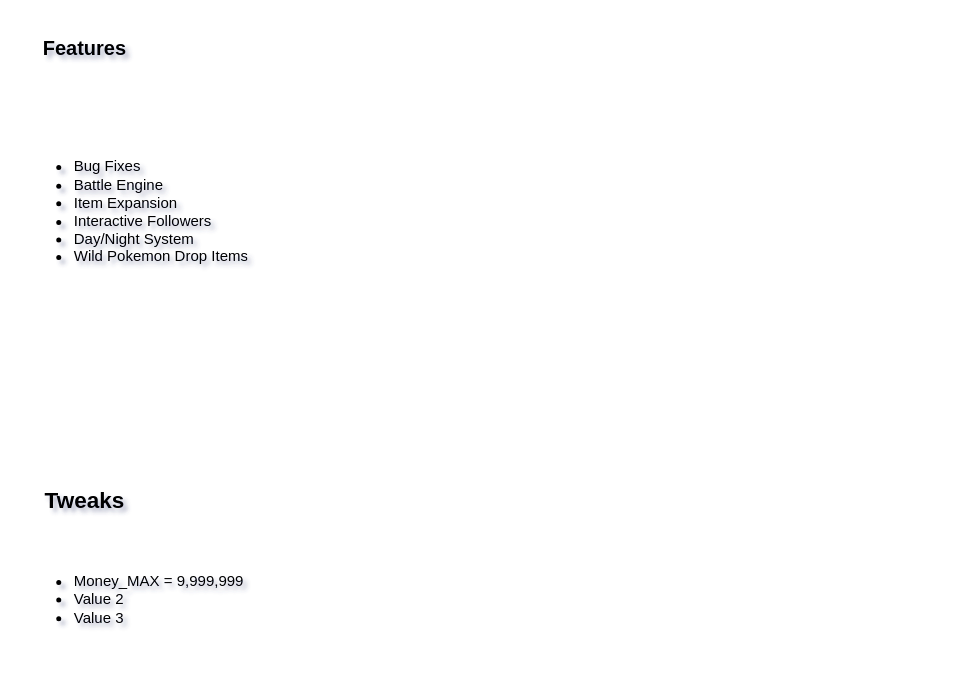
Hexoca/pokehex keeps this draw.io diagram as flowcharts/Dev Log.drawio. Above is the earlier version. Source tidied: cells renumbered, new cells numbered last; positions are measured from the earlier drawing's top-left corner, leaving out a move shared by most shapes. Both pictures are drawn from the tidied source at 125%, with x=0, y=0 at pixel (21, 35).
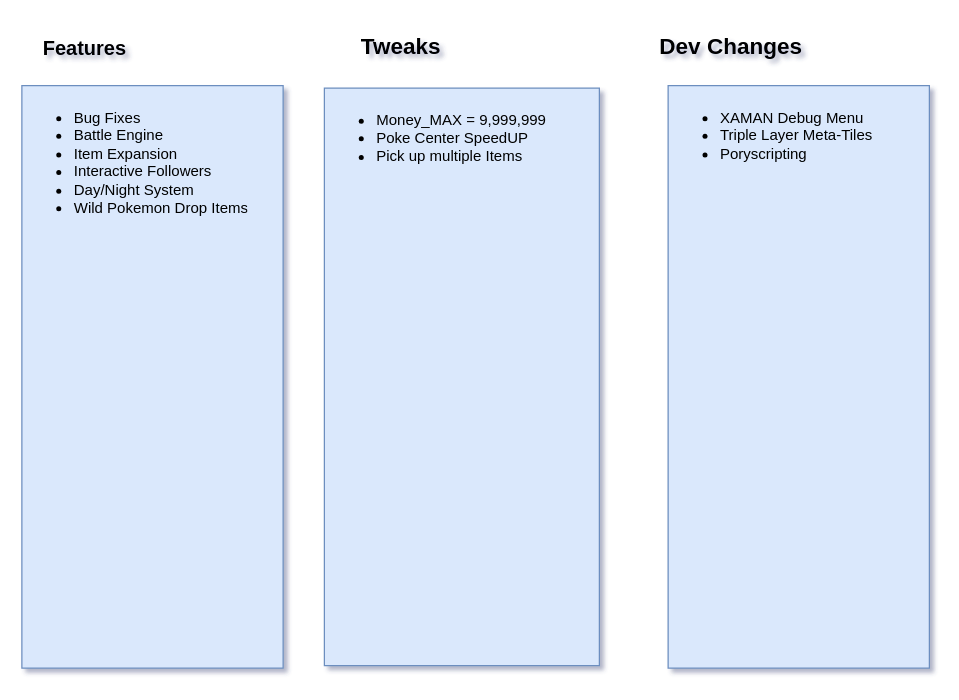
After the change.

Diff of the diagram source:
```diff
@@
 <mxGraphModel shadow="1">
   <root>
     <mxCell id="0" />
     <mxCell id="1" parent="0" />
-    <mxCell id="2" value="&lt;ul&gt;&lt;li&gt;Bug Fixes&lt;br&gt;&lt;/li&gt;&lt;li&gt;Battle Engine&lt;/li&gt;&lt;li&gt;Item Expansion&lt;/li&gt;&lt;li&gt;Interactive Followers&lt;/li&gt;&lt;li&gt;Day/Night System&lt;/li&gt;&lt;li&gt;Wild Pokemon Drop Items&lt;br&gt;&lt;/li&gt;&lt;/ul&gt;" style="text;strokeColor=none;fillColor=none;html=1;whiteSpace=wrap;verticalAlign=middle;overflow=hidden;" parent="1" vertex="1">
-      <mxGeometry y="40" width="209" height="202" as="geometry" />
+    <mxCell id="2" value="&lt;ul&gt;&lt;li&gt;Bug Fixes&lt;br&gt;&lt;/li&gt;&lt;li&gt;Battle Engine&lt;/li&gt;&lt;li&gt;Item Expansion&lt;/li&gt;&lt;li&gt;Interactive Followers&lt;/li&gt;&lt;li&gt;Day/Night System&lt;/li&gt;&lt;li&gt;Wild Pokemon Drop Items&lt;br&gt;&lt;/li&gt;&lt;/ul&gt;" style="text;strokeColor=#6c8ebf;fillColor=#dae8fc;html=1;whiteSpace=wrap;verticalAlign=top;overflow=hidden;" parent="1" vertex="1">
+      <mxGeometry y="40" width="209" height="466" as="geometry" />
     </mxCell>
     <mxCell id="3" value="&lt;div style=&quot;font-size: 16px;&quot;&gt;Features&lt;/div&gt;&lt;div style=&quot;font-size: 16px;&quot;&gt;&lt;br style=&quot;font-size: 16px;&quot;&gt;&lt;/div&gt;" style="text;strokeColor=none;fillColor=none;html=1;fontSize=16;fontStyle=1;verticalAlign=middle;align=center;" parent="1" vertex="1">
       <mxGeometry width="100" height="40" as="geometry" />
     </mxCell>
     <mxCell id="4" value="&lt;div style=&quot;font-size: 18px;&quot;&gt;Tweaks&lt;/div&gt;" style="text;strokeColor=none;fillColor=none;html=1;fontSize=24;fontStyle=1;verticalAlign=middle;align=center;" parent="1" vertex="1">
-      <mxGeometry y="352" width="100" height="40" as="geometry" />
+      <mxGeometry x="253" y="-11" width="100" height="40" as="geometry" />
     </mxCell>
-    <mxCell id="5" value="&lt;ul style=&quot;font-size: 12px;&quot;&gt;&lt;li style=&quot;font-size: 12px;&quot;&gt;Money_MAX = 9,999,999&lt;br&gt;&lt;/li&gt;&lt;li style=&quot;font-size: 12px;&quot;&gt;Value 2&lt;/li&gt;&lt;li style=&quot;font-size: 12px;&quot;&gt;Value 3&lt;/li&gt;&lt;/ul&gt;" style="text;strokeColor=none;fillColor=none;html=1;whiteSpace=wrap;verticalAlign=middle;overflow=hidden;fontSize=12;" parent="1" vertex="1">
-      <mxGeometry y="407" width="220" height="88" as="geometry" />
+    <mxCell id="5" value="&lt;ul style=&quot;font-size: 12px;&quot;&gt;&lt;li style=&quot;font-size: 12px;&quot;&gt;Money_MAX = 9,999,999&lt;br&gt;&lt;/li&gt;&lt;li style=&quot;font-size: 12px;&quot;&gt;Poke Center SpeedUP&lt;br&gt;&lt;/li&gt;&lt;li style=&quot;font-size: 12px;&quot;&gt;Pick up multiple Items&lt;br&gt;&lt;/li&gt;&lt;/ul&gt;" style="text;strokeColor=#6c8ebf;fillColor=#dae8fc;html=1;whiteSpace=wrap;verticalAlign=top;overflow=hidden;fontSize=12;labelPosition=center;verticalLabelPosition=middle;align=left;" parent="1" vertex="1">
+      <mxGeometry x="242" y="42" width="220" height="462" as="geometry" />
     </mxCell>
+    <mxCell id="6" value="&lt;ul&gt;&lt;li&gt;XAMAN Debug Menu&lt;/li&gt;&lt;li&gt;Triple Layer Meta-Tiles&lt;/li&gt;&lt;li&gt;Poryscripting&lt;/li&gt;&lt;/ul&gt;" style="text;strokeColor=#6c8ebf;fillColor=#dae8fc;html=1;whiteSpace=wrap;verticalAlign=top;overflow=hidden;" parent="1" vertex="1">
+      <mxGeometry x="517" y="40" width="209" height="466" as="geometry" />
+    </mxCell>
+    <mxCell id="7" value="Dev Changes" style="text;strokeColor=none;fillColor=none;html=1;fontSize=18;fontStyle=1;verticalAlign=middle;align=center;" parent="1" vertex="1">
+      <mxGeometry x="517" y="-11" width="100" height="40" as="geometry" />
+    </mxCell>
   </root>
 </mxGraphModel>
```
